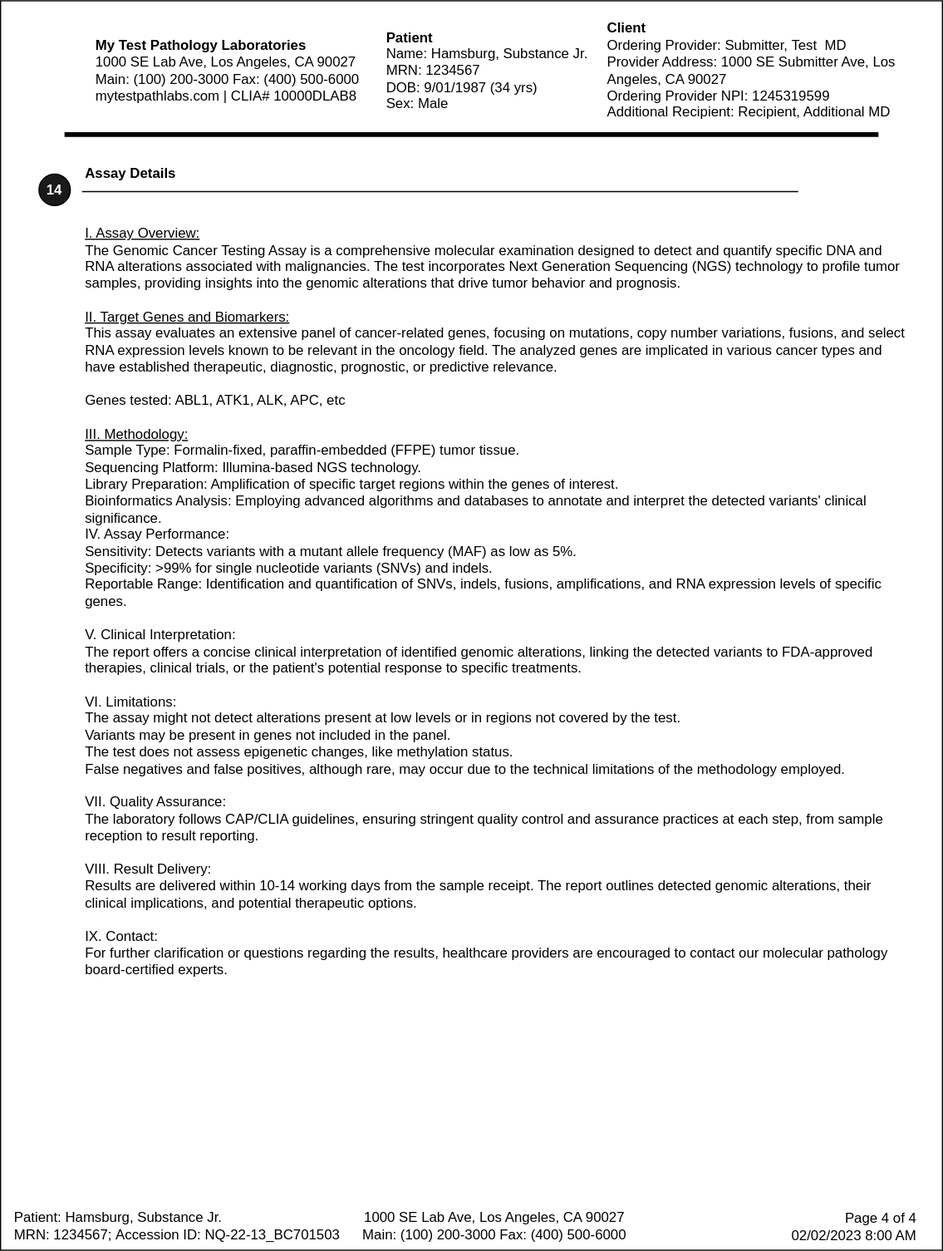
This is input/images/Report_Page4.svg from HL7/genomics-reporting, a draw.io export, as it was before one commit. Source tidied: cells renumbered, new cells last; positions are measured from the earlier drawing's top-left corner, leaving out a move shared by most shapes.
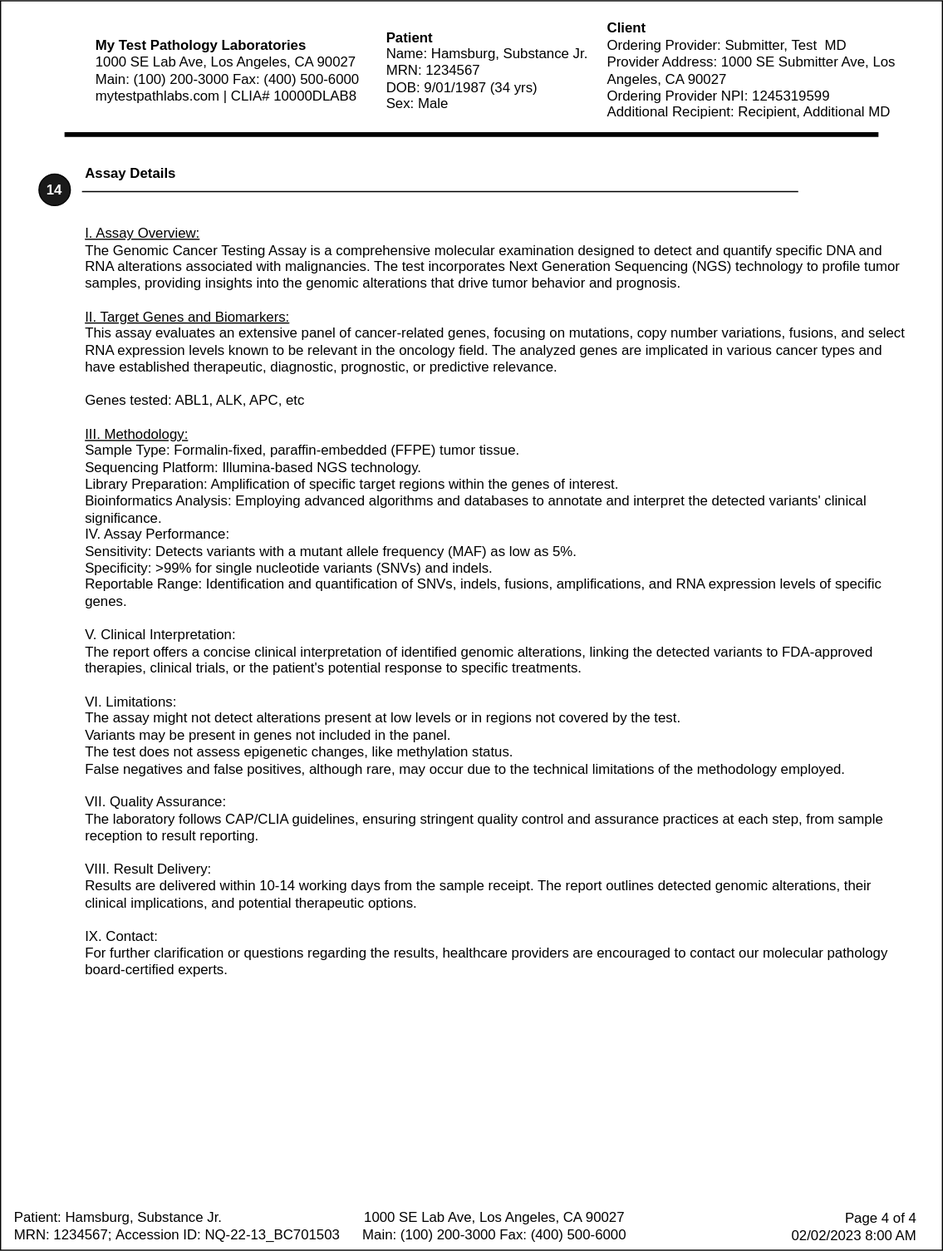
Later version of the same file.

What changed in the source:
```diff
@@ -29,7 +29,7 @@
     <mxCell id="9" value="Assay Details" style="text;html=1;strokeColor=none;fillColor=none;align=left;verticalAlign=middle;whiteSpace=wrap;rounded=0;fontStyle=1;" parent="1" vertex="1">
       <mxGeometry x="71" y="134" width="315" height="30" as="geometry" />
     </mxCell>
-    <mxCell id="10" value="&lt;div&gt;&lt;br&gt;&lt;/div&gt;&lt;div&gt;&lt;br&gt;&lt;/div&gt;&lt;div&gt;&lt;div style=&quot;border-color: var(--border-color);&quot;&gt;&lt;u style=&quot;border-color: var(--border-color);&quot;&gt;I. Assay Overview:&lt;/u&gt;&lt;/div&gt;&lt;div style=&quot;border-color: var(--border-color);&quot;&gt;The Genomic Cancer Testing Assay is a comprehensive molecular examination designed to detect and quantify specific DNA and RNA alterations associated with malignancies. The test incorporates Next Generation Sequencing (NGS) technology to profile tumor samples, providing insights into the genomic alterations that drive tumor behavior and prognosis.&lt;/div&gt;&lt;div style=&quot;border-color: var(--border-color);&quot;&gt;&lt;br style=&quot;border-color: var(--border-color);&quot;&gt;&lt;/div&gt;&lt;div style=&quot;border-color: var(--border-color);&quot;&gt;&lt;div style=&quot;border-color: var(--border-color);&quot;&gt;&lt;u style=&quot;border-color: var(--border-color);&quot;&gt;II. Target Genes and Biomarkers:&lt;/u&gt;&lt;/div&gt;&lt;div style=&quot;border-color: var(--border-color);&quot;&gt;This assay evaluates an extensive panel of cancer-related genes, focusing on mutations, copy number variations, fusions, and select RNA expression levels known to be relevant in the oncology field. The analyzed genes are implicated in various cancer types and have established therapeutic, diagnostic, prognostic, or predictive relevance.&amp;nbsp;&lt;/div&gt;&lt;div style=&quot;border-color: var(--border-color);&quot;&gt;&lt;br style=&quot;border-color: var(--border-color);&quot;&gt;&lt;/div&gt;&lt;div style=&quot;border-color: var(--border-color);&quot;&gt;Genes tested: ABL1, ATK1, ALK, APC, etc&lt;/div&gt;&lt;/div&gt;&lt;div style=&quot;border-color: var(--border-color);&quot;&gt;&lt;div style=&quot;border-color: var(--border-color);&quot;&gt;&lt;br style=&quot;border-color: var(--border-color);&quot;&gt;&lt;/div&gt;&lt;div style=&quot;border-color: var(--border-color);&quot;&gt;&lt;u style=&quot;border-color: var(--border-color);&quot;&gt;III. Methodology:&lt;/u&gt;&lt;/div&gt;&lt;div style=&quot;border-color: var(--border-color);&quot;&gt;Sample Type: Formalin-fixed, paraffin-embedded (FFPE) tumor tissue.&lt;/div&gt;&lt;div style=&quot;border-color: var(--border-color);&quot;&gt;Sequencing Platform: Illumina-based NGS technology.&lt;/div&gt;&lt;div style=&quot;border-color: var(--border-color);&quot;&gt;Library Preparation: Amplification of specific target regions within the genes of interest.&lt;/div&gt;&lt;div style=&quot;border-color: var(--border-color);&quot;&gt;Bioinformatics Analysis: Employing advanced algorithms and databases to annotate and interpret the detected variants' clinical significance.&lt;/div&gt;&lt;/div&gt;&lt;/div&gt;&lt;div&gt;IV. Assay Performance:&lt;/div&gt;&lt;div&gt;Sensitivity: Detects variants with a mutant allele frequency (MAF) as low as 5%.&lt;/div&gt;&lt;div&gt;Specificity: &amp;gt;99% for single nucleotide variants (SNVs) and indels.&lt;/div&gt;&lt;div&gt;Reportable Range: Identification and quantification of SNVs, indels, fusions, amplifications, and RNA expression levels of specific genes.&lt;/div&gt;&lt;div&gt;&lt;br&gt;&lt;/div&gt;&lt;div&gt;&lt;div&gt;V. Clinical Interpretation:&lt;/div&gt;&lt;div&gt;The report offers a concise clinical interpretation of identified genomic alterations, linking the detected variants to FDA-approved therapies, clinical trials, or the patient's potential response to specific treatments.&lt;/div&gt;&lt;/div&gt;&lt;div&gt;&lt;span style=&quot;background-color: initial;&quot;&gt;&lt;br&gt;&lt;/span&gt;&lt;/div&gt;&lt;div&gt;&lt;span style=&quot;background-color: initial;&quot;&gt;VI. Limitations:&lt;/span&gt;&lt;br&gt;&lt;/div&gt;&lt;div&gt;&lt;div&gt;The assay might not detect alterations present at low levels or in regions not covered by the test.&lt;/div&gt;&lt;div&gt;Variants may be present in genes not included in the panel.&lt;/div&gt;&lt;div&gt;The test does not assess epigenetic changes, like methylation status.&lt;/div&gt;&lt;div&gt;False negatives and false positives, although rare, may occur due to the technical limitations of the methodology employed.&lt;/div&gt;&lt;/div&gt;&lt;div&gt;&lt;br&gt;&lt;/div&gt;&lt;div&gt;&lt;div&gt;VII. Quality Assurance:&lt;/div&gt;&lt;div&gt;The laboratory follows CAP/CLIA guidelines, ensuring stringent quality control and assurance practices at each step, from sample reception to result reporting.&lt;/div&gt;&lt;div&gt;&lt;br&gt;&lt;/div&gt;&lt;div&gt;VIII. Result Delivery:&lt;/div&gt;&lt;div&gt;Results are delivered within 10-14 working days from the sample receipt. The report outlines detected genomic alterations, their clinical implications, and potential therapeutic options.&lt;/div&gt;&lt;div&gt;&lt;br&gt;&lt;/div&gt;&lt;div&gt;IX. Contact:&lt;/div&gt;&lt;div&gt;For further clarification or questions regarding the results, healthcare providers are encouraged to contact our molecular pathology board-certified experts.&lt;/div&gt;&lt;/div&gt;" style="text;html=1;strokeColor=none;fillColor=none;align=left;verticalAlign=middle;whiteSpace=wrap;rounded=0;" parent="1" vertex="1">
+    <mxCell id="10" value="&lt;div&gt;&lt;br&gt;&lt;/div&gt;&lt;div&gt;&lt;br&gt;&lt;/div&gt;&lt;div&gt;&lt;div style=&quot;border-color: var(--border-color);&quot;&gt;&lt;u style=&quot;border-color: var(--border-color);&quot;&gt;I. Assay Overview:&lt;/u&gt;&lt;/div&gt;&lt;div style=&quot;border-color: var(--border-color);&quot;&gt;The Genomic Cancer Testing Assay is a comprehensive molecular examination designed to detect and quantify specific DNA and RNA alterations associated with malignancies. The test incorporates Next Generation Sequencing (NGS) technology to profile tumor samples, providing insights into the genomic alterations that drive tumor behavior and prognosis.&lt;/div&gt;&lt;div style=&quot;border-color: var(--border-color);&quot;&gt;&lt;br style=&quot;border-color: var(--border-color);&quot;&gt;&lt;/div&gt;&lt;div style=&quot;border-color: var(--border-color);&quot;&gt;&lt;div style=&quot;border-color: var(--border-color);&quot;&gt;&lt;u style=&quot;border-color: var(--border-color);&quot;&gt;II. Target Genes and Biomarkers:&lt;/u&gt;&lt;/div&gt;&lt;div style=&quot;border-color: var(--border-color);&quot;&gt;This assay evaluates an extensive panel of cancer-related genes, focusing on mutations, copy number variations, fusions, and select RNA expression levels known to be relevant in the oncology field. The analyzed genes are implicated in various cancer types and have established therapeutic, diagnostic, prognostic, or predictive relevance.&amp;nbsp;&lt;/div&gt;&lt;div style=&quot;border-color: var(--border-color);&quot;&gt;&lt;br style=&quot;border-color: var(--border-color);&quot;&gt;&lt;/div&gt;&lt;div style=&quot;border-color: var(--border-color);&quot;&gt;Genes tested: ABL1, ALK, APC, etc&lt;/div&gt;&lt;/div&gt;&lt;div style=&quot;border-color: var(--border-color);&quot;&gt;&lt;div style=&quot;border-color: var(--border-color);&quot;&gt;&lt;br style=&quot;border-color: var(--border-color);&quot;&gt;&lt;/div&gt;&lt;div style=&quot;border-color: var(--border-color);&quot;&gt;&lt;u style=&quot;border-color: var(--border-color);&quot;&gt;III. Methodology:&lt;/u&gt;&lt;/div&gt;&lt;div style=&quot;border-color: var(--border-color);&quot;&gt;Sample Type: Formalin-fixed, paraffin-embedded (FFPE) tumor tissue.&lt;/div&gt;&lt;div style=&quot;border-color: var(--border-color);&quot;&gt;Sequencing Platform: Illumina-based NGS technology.&lt;/div&gt;&lt;div style=&quot;border-color: var(--border-color);&quot;&gt;Library Preparation: Amplification of specific target regions within the genes of interest.&lt;/div&gt;&lt;div style=&quot;border-color: var(--border-color);&quot;&gt;Bioinformatics Analysis: Employing advanced algorithms and databases to annotate and interpret the detected variants' clinical significance.&lt;/div&gt;&lt;/div&gt;&lt;/div&gt;&lt;div&gt;IV. Assay Performance:&lt;/div&gt;&lt;div&gt;Sensitivity: Detects variants with a mutant allele frequency (MAF) as low as 5%.&lt;/div&gt;&lt;div&gt;Specificity: &amp;gt;99% for single nucleotide variants (SNVs) and indels.&lt;/div&gt;&lt;div&gt;Reportable Range: Identification and quantification of SNVs, indels, fusions, amplifications, and RNA expression levels of specific genes.&lt;/div&gt;&lt;div&gt;&lt;br&gt;&lt;/div&gt;&lt;div&gt;&lt;div&gt;V. Clinical Interpretation:&lt;/div&gt;&lt;div&gt;The report offers a concise clinical interpretation of identified genomic alterations, linking the detected variants to FDA-approved therapies, clinical trials, or the patient's potential response to specific treatments.&lt;/div&gt;&lt;/div&gt;&lt;div&gt;&lt;span style=&quot;background-color: initial;&quot;&gt;&lt;br&gt;&lt;/span&gt;&lt;/div&gt;&lt;div&gt;&lt;span style=&quot;background-color: initial;&quot;&gt;VI. Limitations:&lt;/span&gt;&lt;br&gt;&lt;/div&gt;&lt;div&gt;&lt;div&gt;The assay might not detect alterations present at low levels or in regions not covered by the test.&lt;/div&gt;&lt;div&gt;Variants may be present in genes not included in the panel.&lt;/div&gt;&lt;div&gt;The test does not assess epigenetic changes, like methylation status.&lt;/div&gt;&lt;div&gt;False negatives and false positives, although rare, may occur due to the technical limitations of the methodology employed.&lt;/div&gt;&lt;/div&gt;&lt;div&gt;&lt;br&gt;&lt;/div&gt;&lt;div&gt;&lt;div&gt;VII. Quality Assurance:&lt;/div&gt;&lt;div&gt;The laboratory follows CAP/CLIA guidelines, ensuring stringent quality control and assurance practices at each step, from sample reception to result reporting.&lt;/div&gt;&lt;div&gt;&lt;br&gt;&lt;/div&gt;&lt;div&gt;VIII. Result Delivery:&lt;/div&gt;&lt;div&gt;Results are delivered within 10-14 working days from the sample receipt. The report outlines detected genomic alterations, their clinical implications, and potential therapeutic options.&lt;/div&gt;&lt;div&gt;&lt;br&gt;&lt;/div&gt;&lt;div&gt;IX. Contact:&lt;/div&gt;&lt;div&gt;For further clarification or questions regarding the results, healthcare providers are encouraged to contact our molecular pathology board-certified experts.&lt;/div&gt;&lt;/div&gt;" style="text;html=1;strokeColor=none;fillColor=none;align=left;verticalAlign=middle;whiteSpace=wrap;rounded=0;" parent="1" vertex="1">
       <mxGeometry x="71" y="176" width="709" height="651" as="geometry" />
     </mxCell>
     <mxCell id="11" value="Patient: Hamsburg, Substance Jr.&lt;br style=&quot;border-color: var(--border-color);&quot;&gt;MRN: 1234567;&amp;nbsp;Accession ID:&amp;nbsp;NQ-22-13_BC701503" style="text;html=1;strokeColor=none;fillColor=none;align=left;verticalAlign=middle;whiteSpace=wrap;rounded=0;" parent="1" vertex="1">
```
